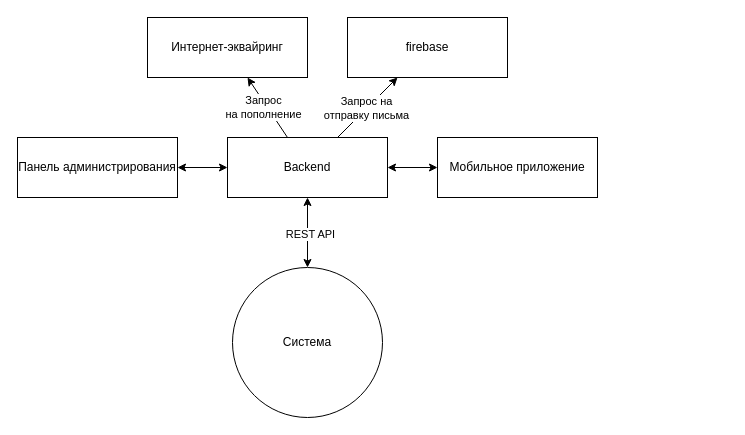
The draw.io diagram CE/StarBazaar_full.drawio in careock/diagrams, before the edit. Source tidied: cells renumbered, new cells numbered last; positions are measured from the earlier drawing's top-left corner, leaving out a move shared by most shapes. Both pictures are drawn from the tidied source at 100%, with x=0, y=0 at pixel (17, 17).
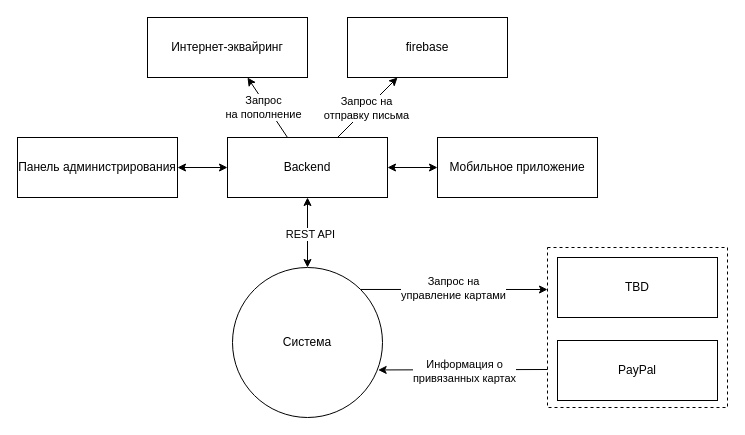
The same page after the edit.

Unchanged cells that the change refers to:
```xml
<mxCell id="2" value="Система" style="ellipse;whiteSpace=wrap;html=1;" parent="1" vertex="1">
  <mxGeometry x="215" y="250" width="150" height="150" as="geometry" />
</mxCell>
```

The edit, as a diff of the source:
```diff
@@
+    <mxCell id="16" style="rounded=0;whiteSpace=wrap;html=1;dashed=1;" parent="1" vertex="1">
+      <mxGeometry x="530" y="230" width="180" height="160" as="geometry" />
+    </mxCell>
@@
+    <mxCell id="17" value="TBD" style="rounded=0;whiteSpace=wrap;html=1;" parent="1" vertex="1">
+      <mxGeometry x="540" y="240" width="160" height="60" as="geometry" />
+    </mxCell>
+    <mxCell id="18" value="PayPal" style="rounded=0;whiteSpace=wrap;html=1;" parent="1" vertex="1">
+      <mxGeometry x="540" y="323" width="160" height="60" as="geometry" />
+    </mxCell>
+    <mxCell id="19" style="endArrow=classic;html=1;rounded=0;startArrow=none;startFill=0;exitX=1;exitY=0;exitDx=0;exitDy=0;" parent="1" edge="1" source="2">
+      <mxGeometry relative="1" as="geometry">
+        <mxPoint x="530" y="272" as="targetPoint" />
+      </mxGeometry>
+    </mxCell>
+    <mxCell id="20" value="Запрос на &lt;br&gt;управление картами" style="edgeLabel;html=1;align=center;verticalAlign=middle;" parent="19" vertex="1">
+      <mxGeometry x="0.16" y="1" relative="1" as="geometry">
+        <mxPoint x="-16" as="offset" />
+      </mxGeometry>
+    </mxCell>
+    <mxCell id="21" style="endArrow=classic;html=1;rounded=0;startArrow=none;startFill=0;entryX=0.971;entryY=0.683;entryDx=0;entryDy=0;entryPerimeter=0;" parent="1" edge="1" target="2">
+      <mxGeometry relative="1" as="geometry">
+        <mxPoint x="530" y="352" as="sourcePoint" />
+      </mxGeometry>
+    </mxCell>
+    <mxCell id="22" value="Информация о &lt;br&gt;привязанных картах" style="edgeLabel;html=1;align=center;verticalAlign=middle;" parent="21" vertex="1">
+      <mxGeometry x="0.16" y="1" relative="1" as="geometry">
+        <mxPoint x="14" as="offset" />
+      </mxGeometry>
+    </mxCell>
```
